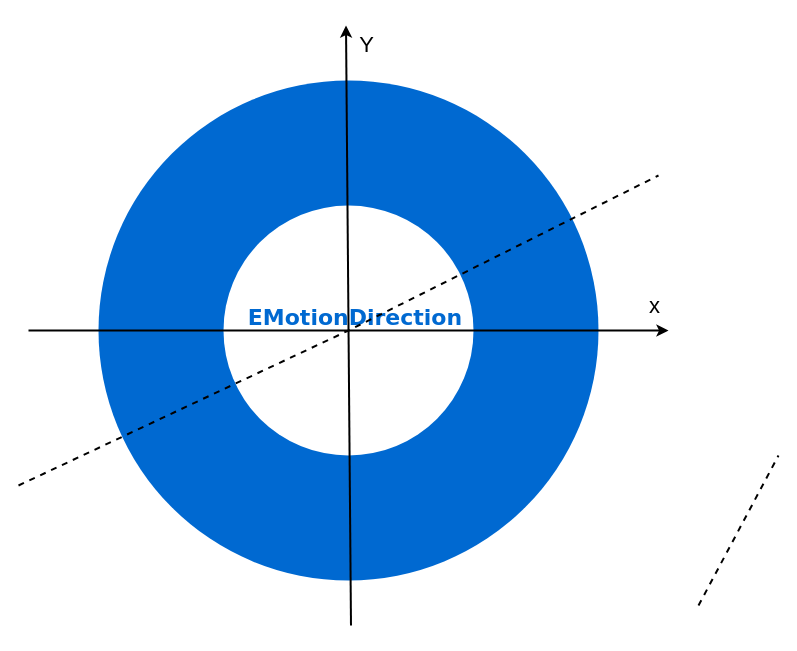
Before: 未命名绘图.drawio in louis-lrs/hello-world, a draw.io diagram. Source tidied: cells renumbered, new cells numbered last; positions are measured from the earlier drawing's top-left corner, leaving out a move shared by most shapes. Both pictures are drawn from the tidied source at 100%, with x=0, y=0 at pixel (18, 25).
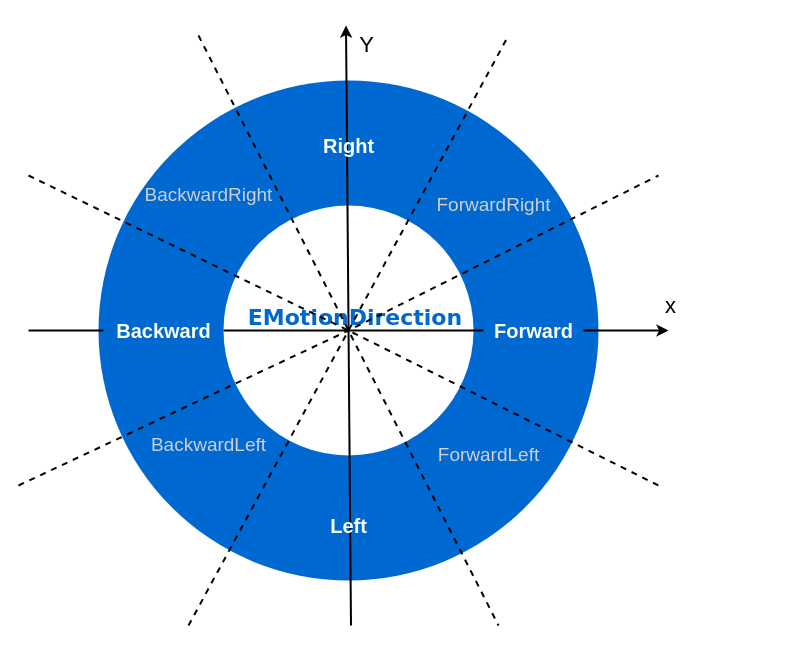
After the change.

Commit message:
更新未命名绘图.drawio

What changed in the source:
```diff
@@
-    <mxCell id="4" value="&lt;br&gt;" style="endArrow=classic;html=1;rounded=0;strokeWidth=2;" parent="1" edge="1">
+    <mxCell id="4" value="&lt;br&gt;" style="endArrow=classic;html=1;rounded=0;strokeWidth=2;startArrow=none;" parent="1" edge="1" source="15">
       <mxGeometry relative="1" as="geometry">
-        <mxPoint x="10" y="305" as="sourcePoint" />
         <mxPoint x="650" y="305" as="targetPoint" />
       </mxGeometry>
     </mxCell>
@@
     <mxCell id="9" style="endArrow=none;dashed=1;html=1;rounded=0;strokeWidth=2;fontSize=12;" parent="1" edge="1">
       <mxGeometry relative="1" as="geometry">
-        <mxPoint x="680" y="580" as="sourcePoint" />
-        <mxPoint x="760" y="430" as="targetPoint" />
+        <mxPoint x="170" y="600" as="sourcePoint" />
+        <mxPoint x="490" y="10" as="targetPoint" />
       </mxGeometry>
     </mxCell>
+    <mxCell id="10" style="endArrow=none;dashed=1;html=1;rounded=0;strokeWidth=2;fontSize=12;" parent="1" edge="1">
+      <mxGeometry relative="1" as="geometry">
+        <mxPoint x="10" y="150" as="sourcePoint" />
+        <mxPoint x="640" y="460" as="targetPoint" />
+        <Array as="points">
+          <mxPoint x="330" y="305" />
+        </Array>
+      </mxGeometry>
+    </mxCell>
+    <mxCell id="11" style="endArrow=none;dashed=1;html=1;rounded=0;strokeWidth=2;fontSize=12;" parent="1" edge="1">
+      <mxGeometry relative="1" as="geometry">
+        <mxPoint x="180" y="10" as="sourcePoint" />
+        <mxPoint x="480" y="600" as="targetPoint" />
+      </mxGeometry>
+    </mxCell>
+    <mxCell id="12" value="&lt;font size=&quot;1&quot; style=&quot;&quot;&gt;&lt;b style=&quot;font-size: 20px;&quot;&gt;Left&lt;/b&gt;&lt;/font&gt;" style="text;html=1;align=center;verticalAlign=middle;fontSize=12;labelBackgroundColor=none;labelBorderColor=none;fontStyle=0;shadow=0;rounded=0;fontColor=#FBFFF0;" parent="1" vertex="1">
+      <mxGeometry x="300" y="480" width="60" height="40" as="geometry" />
+    </mxCell>
+    <mxCell id="13" value="&lt;font style=&quot;font-size: 20px;&quot;&gt;Right&lt;/font&gt;" style="text;html=1;align=center;verticalAlign=middle;fontSize=20;labelBackgroundColor=none;labelBorderColor=none;fontStyle=1;shadow=0;rounded=0;fontColor=#FBFFF0;" parent="1" vertex="1">
+      <mxGeometry x="295" y="100" width="70" height="40" as="geometry" />
+    </mxCell>
+    <mxCell id="14" style="endArrow=none;html=1;rounded=0;strokeWidth=2;startArrow=none;" parent="1" edge="1" source="17" target="15">
+      <mxGeometry relative="1" as="geometry" />
+    </mxCell>
+    <mxCell id="15" value="&lt;font style=&quot;font-size: 20px;&quot;&gt;Forward&lt;/font&gt;" style="text;html=1;align=center;verticalAlign=middle;points=[];fontSize=12;labelBackgroundColor=none;labelBorderColor=none;fontStyle=1;shadow=0;rounded=0;fontColor=#FBFFF0;" parent="1" vertex="1">
+      <mxGeometry x="465" y="285" width="100" height="40" as="geometry" />
+    </mxCell>
+    <mxCell id="16" style="endArrow=none;html=1;rounded=0;strokeWidth=2;" parent="1" edge="1" target="17">
+      <mxGeometry relative="1" as="geometry">
+        <mxPoint x="10" y="305" as="sourcePoint" />
+      </mxGeometry>
+    </mxCell>
+    <mxCell id="17" value="&lt;font style=&quot;font-size: 20px;&quot;&gt;Backward&lt;/font&gt;" style="text;html=1;align=center;verticalAlign=middle;points=[];fontSize=20;labelBackgroundColor=none;labelBorderColor=none;fontStyle=1;shadow=0;rounded=0;fontColor=#FBFFF0;" parent="1" vertex="1">
+      <mxGeometry x="85" y="285" width="120" height="40" as="geometry" />
+    </mxCell>
+    <mxCell id="18" value="&lt;font style=&quot;font-size: 19px;&quot;&gt;&lt;span&gt;ForwardRight&lt;/span&gt;&lt;/font&gt;" style="text;html=1;align=center;verticalAlign=middle;strokeColor=none;fillColor=none;fontSize=18;fontColor=#CFCFCF;fontStyle=0;" parent="1" vertex="1">
+      <mxGeometry x="405" y="160" width="140" height="40" as="geometry" />
+    </mxCell>
+    <mxCell id="19" value="&lt;font style=&quot;font-size: 19px;&quot;&gt;&lt;span&gt;ForwardLeft&lt;/span&gt;&lt;/font&gt;" style="text;html=1;align=center;verticalAlign=middle;strokeColor=none;fillColor=none;fontSize=18;fontColor=#CFCFCF;fontStyle=0;" parent="1" vertex="1">
+      <mxGeometry x="410" y="410" width="120" height="40" as="geometry" />
+    </mxCell>
+    <mxCell id="20" value="&lt;font style=&quot;font-size: 19px;&quot;&gt;&lt;span&gt;BackwardLeft&lt;/span&gt;&lt;/font&gt;" style="text;html=1;align=center;verticalAlign=middle;strokeColor=none;fillColor=none;fontSize=18;fontColor=#CFCFCF;fontStyle=0;" parent="1" vertex="1">
+      <mxGeometry x="120" y="400" width="140" height="40" as="geometry" />
+    </mxCell>
+    <mxCell id="21" value="&lt;font style=&quot;font-size: 19px;&quot;&gt;&lt;span&gt;BackwardRight&lt;/span&gt;&lt;/font&gt;" style="text;html=1;align=center;verticalAlign=middle;strokeColor=none;fillColor=none;fontSize=18;fontColor=#CFCFCF;fontStyle=0;" parent="1" vertex="1">
+      <mxGeometry x="115" y="150" width="150" height="40" as="geometry" />
+    </mxCell>
```
